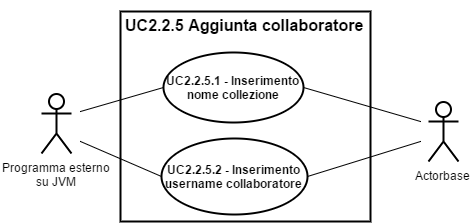
This is img/UseCases/UC2_2_5.png from ScalateKids/Actorbase-Documents, a draw.io export, as it was before one commit. Source tidied: cells renumbered, new cells last; positions are measured from the earlier drawing's top-left corner, leaving out a move shared by most shapes. The source it was exported from:
```xml
<mxGraphModel background="#ffffff">
  <root>
    <mxCell id="0" />
    <mxCell id="1" parent="0" />
    <mxCell id="2" style="html=1;shadow=0;glass=0;strokeWidth=2;fillColor=none;" parent="1" vertex="1">
      <mxGeometry x="79" y="9" width="250" height="210" as="geometry" />
    </mxCell>
    <mxCell id="3" value="&lt;span&gt;Programma esterno&lt;/span&gt;&lt;div&gt;su JVM&lt;/div&gt;" style="shape=umlActor;verticalLabelPosition=bottom;labelBackgroundColor=#ffffff;verticalAlign=top;html=1;shadow=0;glass=0;strokeWidth=2;fillColor=none;" parent="1" vertex="1">
      <mxGeometry y="91" width="30" height="60" as="geometry" />
    </mxCell>
    <mxCell id="4" value="&lt;b&gt;UC&lt;/b&gt;&lt;b&gt;2.2&lt;/b&gt;&lt;b&gt;.5.1 - Inserimento nome collezione&lt;/b&gt;" style="ellipse;whiteSpace=wrap;html=1;shadow=0;glass=0;strokeWidth=2;fillColor=none;" parent="1" vertex="1">
      <mxGeometry x="122" y="50" width="140" height="70" as="geometry" />
    </mxCell>
    <mxCell id="5" value="&lt;b&gt;UC&lt;/b&gt;&lt;b&gt;2.2&lt;/b&gt;&lt;b&gt;.5.2 - Inserimento username collaboratore&lt;/b&gt;" style="ellipse;whiteSpace=wrap;html=1;shadow=0;glass=0;strokeWidth=2;fillColor=none;" parent="1" vertex="1">
      <mxGeometry x="120" y="136" width="146" height="76" as="geometry" />
    </mxCell>
    <mxCell id="6" style="endArrow=none;html=1;strokeWidth=1;entryX=0;entryY=0.5;" parent="1" edge="1" target="4">
      <mxGeometry x="933" y="2557.1" as="geometry">
        <mxPoint x="39" y="109" as="sourcePoint" />
      </mxGeometry>
    </mxCell>
    <mxCell id="7" style="endArrow=none;html=1;strokeWidth=1;entryX=0;entryY=0.5;" parent="1" edge="1" target="5">
      <mxGeometry x="933" y="2614" as="geometry">
        <mxPoint x="39" y="139" as="sourcePoint" />
      </mxGeometry>
    </mxCell>
    <mxCell id="8" value="&lt;font style=&quot;font-size: 16px&quot;&gt;UC&lt;b&gt;2.2&lt;/b&gt;.5 Aggiunta collaboratore&lt;/font&gt;" style="text;html=1;fontSize=24;fontStyle=1;verticalAlign=middle;align=center;shadow=0;glass=0;strokeWidth=2;fillColor=none;" parent="1" vertex="1">
      <mxGeometry x="153" width="100" height="40" as="geometry" />
    </mxCell>
    <mxCell id="9" value="Actorbase" style="shape=umlActor;verticalLabelPosition=bottom;labelBackgroundColor=#ffffff;verticalAlign=top;html=1;shadow=0;glass=0;strokeWidth=2;fillColor=none;" parent="1" vertex="1">
      <mxGeometry x="387" y="99" width="30" height="60" as="geometry" />
    </mxCell>
    <mxCell id="10" style="endArrow=none;html=1;strokeWidth=1;exitX=1;exitY=0.5;" parent="1" edge="1" source="4">
      <mxGeometry x="1146.2" y="2557.1" as="geometry">
        <mxPoint x="379" y="119" as="targetPoint" />
      </mxGeometry>
    </mxCell>
    <mxCell id="11" style="endArrow=none;html=1;strokeWidth=1;exitX=1;exitY=0.5;" parent="1" edge="1" source="5">
      <mxGeometry x="1135.5" y="2584" as="geometry">
        <mxPoint x="379" y="139" as="targetPoint" />
      </mxGeometry>
    </mxCell>
  </root>
</mxGraphModel>
```
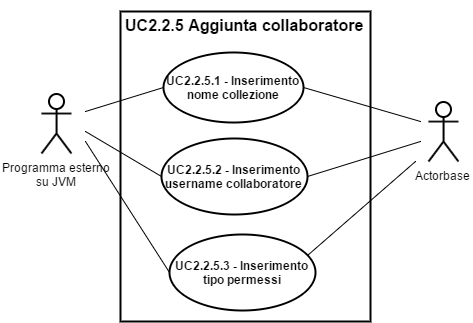
The same diagram one commit later.

What changed in the source:
```diff
@@ -3,7 +3,7 @@
     <mxCell id="0" />
     <mxCell id="1" parent="0" />
     <mxCell id="2" style="html=1;shadow=0;glass=0;strokeWidth=2;fillColor=none;" parent="1" vertex="1">
-      <mxGeometry x="79" y="9" width="250" height="210" as="geometry" />
+      <mxGeometry x="79" y="9" width="250" height="310" as="geometry" />
     </mxCell>
     <mxCell id="3" value="&lt;span&gt;Programma esterno&lt;/span&gt;&lt;div&gt;su JVM&lt;/div&gt;" style="shape=umlActor;verticalLabelPosition=bottom;labelBackgroundColor=#ffffff;verticalAlign=top;html=1;shadow=0;glass=0;strokeWidth=2;fillColor=none;" parent="1" vertex="1">
       <mxGeometry y="91" width="30" height="60" as="geometry" />
@@ -16,12 +16,12 @@
     </mxCell>
     <mxCell id="6" style="endArrow=none;html=1;strokeWidth=1;entryX=0;entryY=0.5;" parent="1" edge="1" target="4">
       <mxGeometry x="933" y="2557.1" as="geometry">
-        <mxPoint x="39" y="109" as="sourcePoint" />
+        <mxPoint x="44" y="109" as="sourcePoint" />
       </mxGeometry>
     </mxCell>
     <mxCell id="7" style="endArrow=none;html=1;strokeWidth=1;entryX=0;entryY=0.5;" parent="1" edge="1" target="5">
       <mxGeometry x="933" y="2614" as="geometry">
-        <mxPoint x="39" y="139" as="sourcePoint" />
+        <mxPoint x="44" y="129" as="sourcePoint" />
       </mxGeometry>
     </mxCell>
     <mxCell id="8" value="&lt;font style=&quot;font-size: 16px&quot;&gt;UC&lt;b&gt;2.2&lt;/b&gt;.5 Aggiunta collaboratore&lt;/font&gt;" style="text;html=1;fontSize=24;fontStyle=1;verticalAlign=middle;align=center;shadow=0;glass=0;strokeWidth=2;fillColor=none;" parent="1" vertex="1">
@@ -40,5 +40,18 @@
         <mxPoint x="379" y="139" as="targetPoint" />
       </mxGeometry>
     </mxCell>
+    <mxCell id="12" value="&lt;b&gt;UC2.2.5.3 - Inserimento tipo permessi&lt;br&gt;&lt;/b&gt;" style="ellipse;whiteSpace=wrap;html=1;shadow=0;glass=0;strokeWidth=2;fillColor=none;" parent="1" vertex="1">
+      <mxGeometry x="128" y="232" width="146" height="76" as="geometry" />
+    </mxCell>
+    <mxCell id="13" style="endArrow=none;html=1;strokeWidth=1;entryX=0;entryY=0.5;" parent="1" edge="1" target="12">
+      <mxGeometry x="923" y="2548" as="geometry">
+        <mxPoint x="44" y="139" as="sourcePoint" />
+      </mxGeometry>
+    </mxCell>
+    <mxCell id="14" style="endArrow=none;html=1;strokeWidth=1;entryX=0.945;entryY=0.276;entryPerimeter=0;" parent="1" edge="1" target="12">
+      <mxGeometry x="933" y="2558" as="geometry">
+        <mxPoint x="374" y="159" as="sourcePoint" />
+      </mxGeometry>
+    </mxCell>
   </root>
 </mxGraphModel>
```
